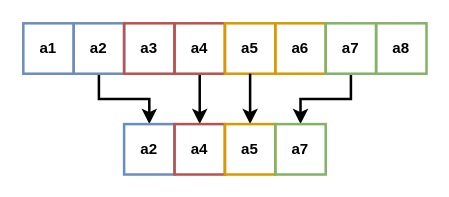
This is page "grounding" (4 of 6) of docs/finite-state-controller.drawio from jlandsmann/dec-pomdp-solver, a draw.io file, before an edit. Source tidied: cells renumbered, new cells numbered last; positions are measured from the earlier drawing's top-left corner, leaving out a move shared by most shapes. Both pictures are drawn from the tidied source at 126%, with x=0, y=0 at pixel (23, 23).
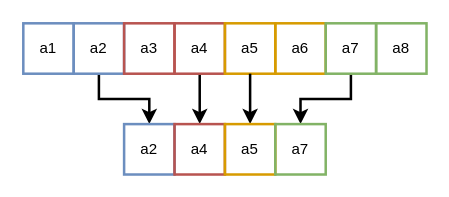
Above is the later version.

What changed in the source:
```diff
@@
 <mxGraphModel>
   <root>
     <mxCell id="0" />
     <mxCell id="1" parent="0" />
-    <mxCell id="2" value="a1" style="rounded=0;whiteSpace=wrap;html=1;fillColor=none;strokeColor=#6c8ebf;strokeWidth=2;fontStyle=1;" parent="1" vertex="1">
+    <mxCell id="2" value="a1" style="rounded=0;whiteSpace=wrap;html=1;fillColor=none;strokeColor=#6c8ebf;strokeWidth=2;fontStyle=0;" parent="1" vertex="1">
       <mxGeometry width="40" height="40" as="geometry" />
     </mxCell>
-    <mxCell id="3" style="edgeStyle=orthogonalEdgeStyle;rounded=0;jettySize=auto;html=1;fontStyle=1;strokeWidth=2;" parent="1" edge="1" source="4" target="14">
+    <mxCell id="3" style="edgeStyle=orthogonalEdgeStyle;rounded=0;jettySize=auto;html=1;fontStyle=0;strokeWidth=2;" parent="1" edge="1" source="4" target="14">
       <mxGeometry relative="1" as="geometry" />
     </mxCell>
-    <mxCell id="4" value="a2" style="rounded=0;whiteSpace=wrap;html=1;fillColor=none;strokeColor=#6c8ebf;strokeWidth=2;fontStyle=1;" parent="1" vertex="1">
+    <mxCell id="4" value="a2" style="rounded=0;whiteSpace=wrap;html=1;fillColor=none;strokeColor=#6c8ebf;strokeWidth=2;fontStyle=0;" parent="1" vertex="1">
       <mxGeometry x="40" width="40" height="40" as="geometry" />
     </mxCell>
-    <mxCell id="5" value="a3" style="rounded=0;whiteSpace=wrap;html=1;fillColor=none;strokeColor=#b85450;strokeWidth=2;fontStyle=1;" parent="1" vertex="1">
+    <mxCell id="5" value="a3" style="rounded=0;whiteSpace=wrap;html=1;fillColor=none;strokeColor=#b85450;strokeWidth=2;fontStyle=0;" parent="1" vertex="1">
       <mxGeometry x="80" width="40" height="40" as="geometry" />
     </mxCell>
-    <mxCell id="6" style="edgeStyle=orthogonalEdgeStyle;rounded=0;jettySize=auto;html=1;fontStyle=1;strokeWidth=2;" parent="1" edge="1" source="7" target="15">
+    <mxCell id="6" style="edgeStyle=orthogonalEdgeStyle;rounded=0;jettySize=auto;html=1;fontStyle=0;strokeWidth=2;" parent="1" edge="1" source="7" target="15">
       <mxGeometry relative="1" as="geometry" />
     </mxCell>
-    <mxCell id="7" value="a4" style="rounded=0;whiteSpace=wrap;html=1;fillColor=none;strokeColor=#b85450;strokeWidth=2;fontStyle=1;" parent="1" vertex="1">
+    <mxCell id="7" value="a4" style="rounded=0;whiteSpace=wrap;html=1;fillColor=none;strokeColor=#b85450;strokeWidth=2;fontStyle=0;" parent="1" vertex="1">
       <mxGeometry x="120" width="40" height="40" as="geometry" />
     </mxCell>
-    <mxCell id="8" value="a5" style="rounded=0;whiteSpace=wrap;html=1;fillColor=none;strokeColor=#d79b00;strokeWidth=2;fontStyle=1;" parent="1" vertex="1">
+    <mxCell id="8" value="a5" style="rounded=0;whiteSpace=wrap;html=1;fillColor=none;strokeColor=#d79b00;strokeWidth=2;fontStyle=0;" parent="1" vertex="1">
       <mxGeometry x="160" width="40" height="40" as="geometry" />
     </mxCell>
-    <mxCell id="9" style="edgeStyle=orthogonalEdgeStyle;rounded=0;jettySize=auto;html=1;exitX=0.5;exitY=1;exitDx=0;exitDy=0;fontStyle=1;strokeWidth=2;" parent="1" edge="1" source="8" target="16">
+    <mxCell id="9" style="edgeStyle=orthogonalEdgeStyle;rounded=0;jettySize=auto;html=1;exitX=0.5;exitY=1;exitDx=0;exitDy=0;fontStyle=0;strokeWidth=2;" parent="1" edge="1" source="8" target="16">
       <mxGeometry relative="1" as="geometry" />
     </mxCell>
-    <mxCell id="10" value="a6" style="rounded=0;whiteSpace=wrap;html=1;fillColor=none;strokeColor=#d79b00;strokeWidth=2;fontStyle=1;" parent="1" vertex="1">
+    <mxCell id="10" value="a6" style="rounded=0;whiteSpace=wrap;html=1;fillColor=none;strokeColor=#d79b00;strokeWidth=2;fontStyle=0;" parent="1" vertex="1">
       <mxGeometry x="200" width="40" height="40" as="geometry" />
     </mxCell>
-    <mxCell id="11" style="edgeStyle=orthogonalEdgeStyle;rounded=0;jettySize=auto;html=1;fontStyle=1;strokeWidth=2;" parent="1" edge="1" source="12" target="17">
+    <mxCell id="11" style="edgeStyle=orthogonalEdgeStyle;rounded=0;jettySize=auto;html=1;fontStyle=0;strokeWidth=2;" parent="1" edge="1" source="12" target="17">
       <mxGeometry relative="1" as="geometry" />
     </mxCell>
-    <mxCell id="12" value="a7" style="rounded=0;whiteSpace=wrap;html=1;fillColor=none;strokeColor=#82b366;strokeWidth=2;fontStyle=1;" parent="1" vertex="1">
+    <mxCell id="12" value="a7" style="rounded=0;whiteSpace=wrap;html=1;fillColor=none;strokeColor=#82b366;strokeWidth=2;fontStyle=0;" parent="1" vertex="1">
       <mxGeometry x="240" width="40" height="40" as="geometry" />
     </mxCell>
-    <mxCell id="13" value="a8" style="rounded=0;whiteSpace=wrap;html=1;fillColor=none;strokeColor=#82b366;strokeWidth=2;fontStyle=1;" parent="1" vertex="1">
+    <mxCell id="13" value="a8" style="rounded=0;whiteSpace=wrap;html=1;fillColor=none;strokeColor=#82b366;strokeWidth=2;fontStyle=0;" parent="1" vertex="1">
       <mxGeometry x="280" width="40" height="40" as="geometry" />
     </mxCell>
-    <mxCell id="14" value="a2" style="rounded=0;whiteSpace=wrap;html=1;fillColor=none;strokeColor=#6c8ebf;strokeWidth=2;fontStyle=1;" parent="1" vertex="1">
+    <mxCell id="14" value="a2" style="rounded=0;whiteSpace=wrap;html=1;fillColor=none;strokeColor=#6c8ebf;strokeWidth=2;fontStyle=0;" parent="1" vertex="1">
       <mxGeometry x="80" y="80" width="40" height="40" as="geometry" />
     </mxCell>
-    <mxCell id="15" value="a4" style="rounded=0;whiteSpace=wrap;html=1;fillColor=none;strokeColor=#b85450;strokeWidth=2;fontStyle=1;" parent="1" vertex="1">
+    <mxCell id="15" value="a4" style="rounded=0;whiteSpace=wrap;html=1;fillColor=none;strokeColor=#b85450;strokeWidth=2;fontStyle=0;" parent="1" vertex="1">
       <mxGeometry x="120" y="80" width="40" height="40" as="geometry" />
     </mxCell>
-    <mxCell id="16" value="a5" style="rounded=0;whiteSpace=wrap;html=1;fillColor=none;strokeColor=#d79b00;strokeWidth=2;fontStyle=1;" parent="1" vertex="1">
+    <mxCell id="16" value="a5" style="rounded=0;whiteSpace=wrap;html=1;fillColor=none;strokeColor=#d79b00;strokeWidth=2;fontStyle=0;" parent="1" vertex="1">
       <mxGeometry x="160" y="80" width="40" height="40" as="geometry" />
     </mxCell>
-    <mxCell id="17" value="a7" style="rounded=0;whiteSpace=wrap;html=1;fillColor=none;strokeColor=#82b366;strokeWidth=2;fontStyle=1;" parent="1" vertex="1">
+    <mxCell id="17" value="a7" style="rounded=0;whiteSpace=wrap;html=1;fillColor=none;strokeColor=#82b366;strokeWidth=2;fontStyle=0;" parent="1" vertex="1">
       <mxGeometry x="200" y="80" width="40" height="40" as="geometry" />
     </mxCell>
   </root>
 </mxGraphModel>
```
